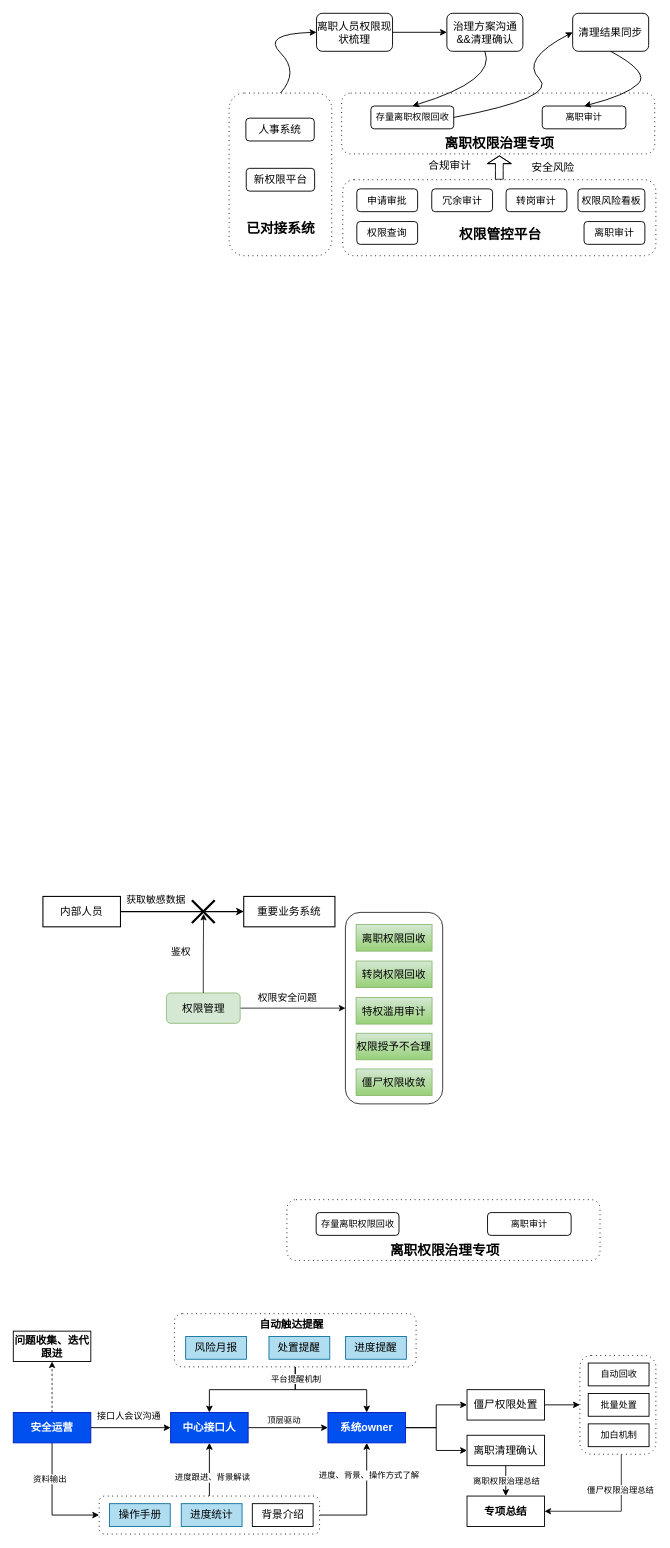
zpxiao-ios/hello-world keeps this draw.io diagram as page "第 14 页" (13 of 13) of 权限审计.drawio. Above is the earlier version. Source tidied: cells renumbered, new cells numbered last; positions are measured from the earlier drawing's top-left corner, leaving out a move shared by most shapes. Both pictures are drawn from the tidied source at 76%, with x=0, y=0 at pixel (13, 13).
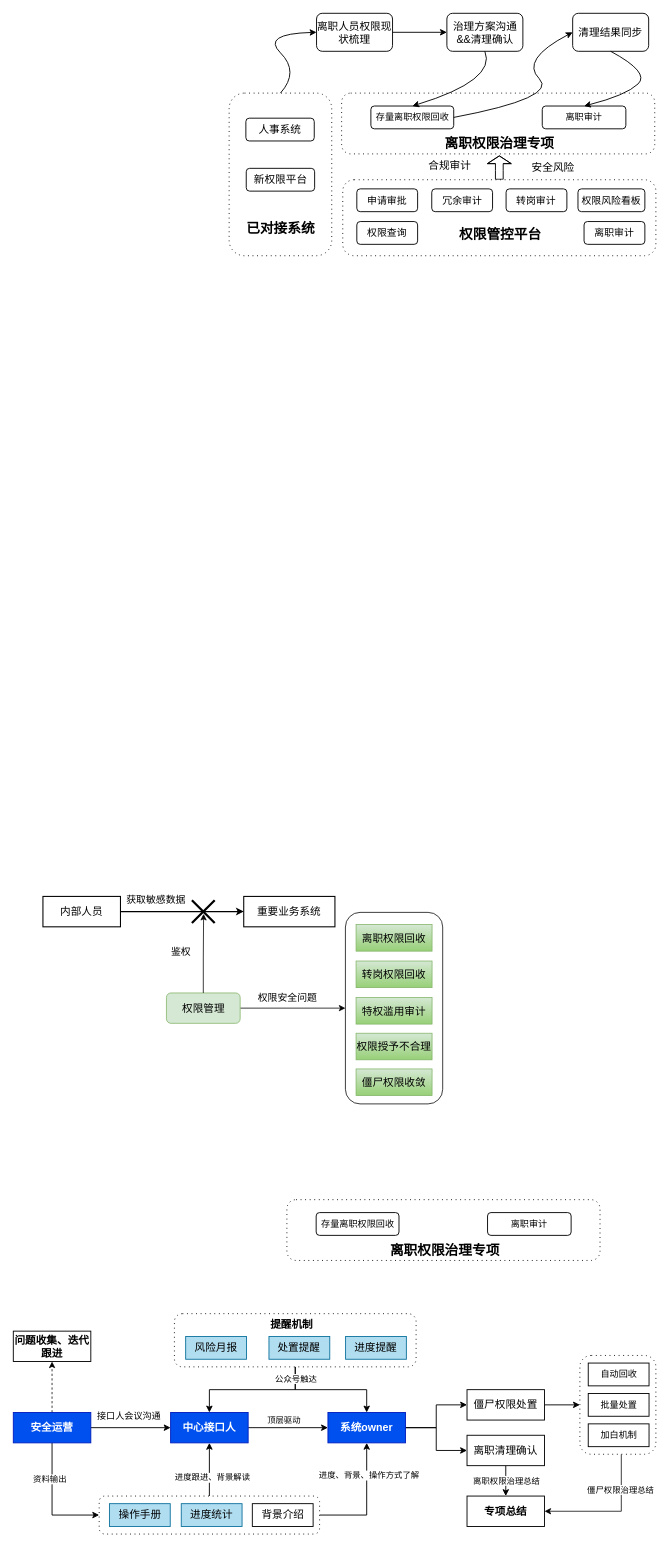
The same diagram, later.

Commit message:
更新权限审计.drawio

The change refers to these unchanged cells:
```xml
<mxCell id="87" style="edgeStyle=orthogonalEdgeStyle;rounded=0;jettySize=auto;html=1;entryX=0.5;entryY=0;entryDx=0;entryDy=0;strokeWidth=1.2;" parent="1" edge="1" source="8" target="63">
  <mxGeometry relative="1" as="geometry" />
</mxCell>
```

What changed in the source:
```diff
@@
-    <mxCell id="86" value="&lt;font style=&quot;font-size: 14px;&quot;&gt;自动触达提醒&lt;/font&gt;" style="text;html=1;align=center;verticalAlign=middle;whiteSpace=wrap;rounded=0;strokeWidth=1.2;fontStyle=1;" parent="1" vertex="1">
+    <mxCell id="86" value="&lt;span style=&quot;font-size: 14px;&quot;&gt;提醒机制&lt;/span&gt;" style="text;html=1;align=center;verticalAlign=middle;whiteSpace=wrap;rounded=0;strokeWidth=1.2;fontStyle=1;" parent="1" vertex="1">
       <mxGeometry x="321.5" y="1711" width="89" height="30" as="geometry" />
     </mxCell>
@@
-    <mxCell id="88" value="平台提醒机制" style="edgeLabel;html=1;align=center;verticalAlign=middle;" parent="87" vertex="1">
+    <mxCell id="88" value="公众号触达" style="edgeLabel;html=1;align=center;verticalAlign=middle;" parent="87" vertex="1">
       <mxGeometry x="-0.83" relative="1" as="geometry" />
     </mxCell>
```
